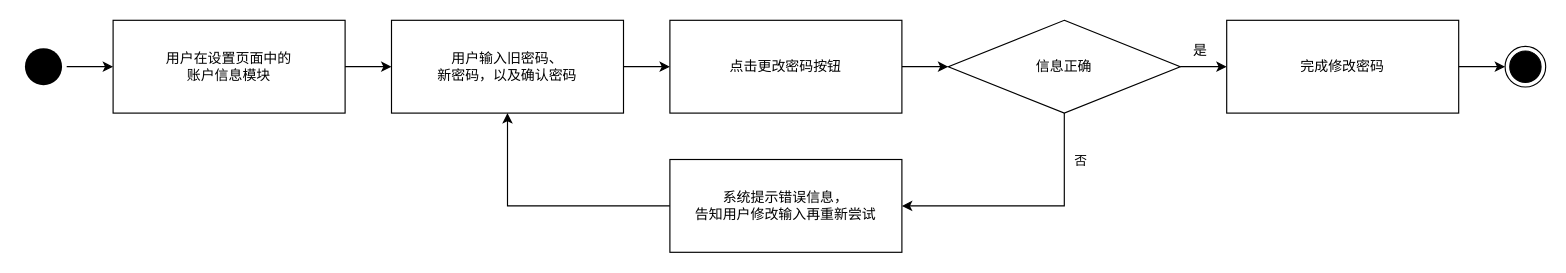
Above: page "3.4" (4 of 33) of Document/概要设计报告/流程图/概要设计流程.drawio in jeremyytann/BUAA-SE-LetStudy (draw.io), before the change. Source tidied: cells renumbered, new cells numbered last; positions are measured from the earlier drawing's top-left corner, leaving out a move shared by most shapes. Both pictures are drawn from the tidied source at 116%, with x=0, y=0 at pixel (20, 20).
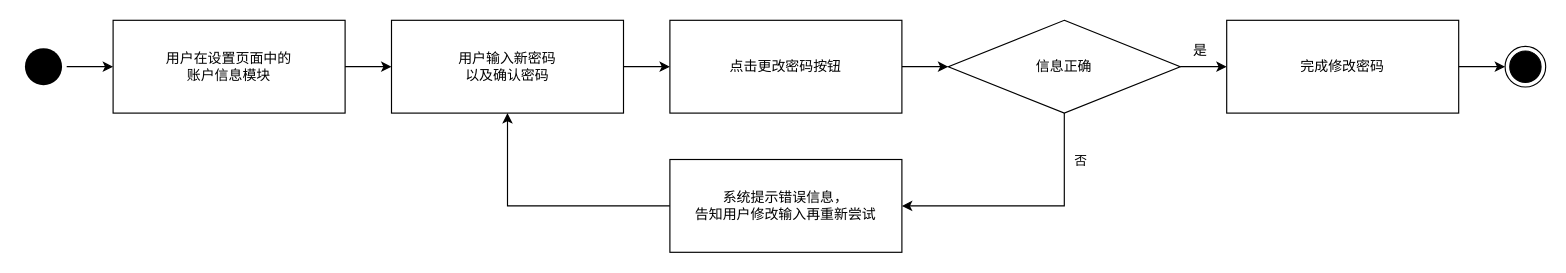
Above is the later version.

The edit, as a diff of the source:
```diff
@@
-    <mxCell id="14" value="用户输入旧密码、&lt;br&gt;新密码，以及确认密码" style="rounded=0;whiteSpace=wrap;html=1;fontSize=12;glass=0;strokeWidth=1;shadow=0;" parent="1" vertex="1">
+    <mxCell id="14" value="用户输入新密码&lt;br&gt;以及确认密码" style="rounded=0;whiteSpace=wrap;html=1;fontSize=12;glass=0;strokeWidth=1;shadow=0;" parent="1" vertex="1">
       <mxGeometry x="320" width="200" height="80" as="geometry" />
     </mxCell>
```
